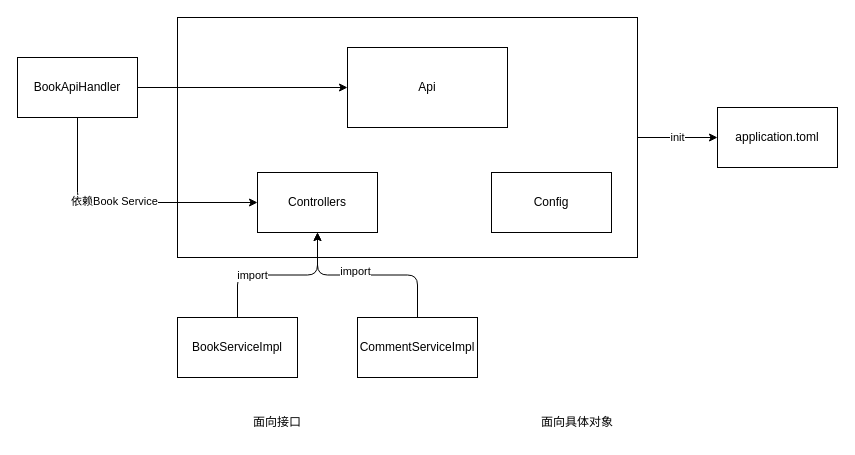
Before: book/v4/apps/book/api/flow.drawio in is-Xiaoen/DevCloud, a draw.io diagram. Source tidied: cells renumbered, new cells numbered last; positions are measured from the earlier drawing's top-left corner, leaving out a move shared by most shapes. Both pictures are drawn from the tidied source at 100%, with x=0, y=0 at pixel (17, 17).
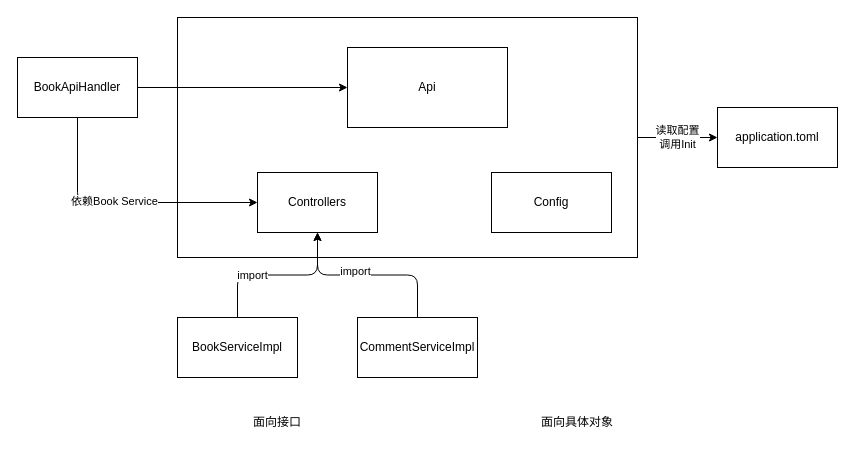
The same diagram, later.

The change refers to these unchanged cells:
```xml
<mxCell id="5" style="rounded=0;whiteSpace=wrap;html=1;" parent="1" vertex="1">
  <mxGeometry x="160" width="460" height="240" as="geometry" />
</mxCell>
<mxCell id="11" value="application.toml" style="rounded=0;whiteSpace=wrap;html=1;" parent="1" vertex="1">
  <mxGeometry x="700" y="90" width="120" height="60" as="geometry" />
</mxCell>
```

The edit, as a diff of the source:
```diff
@@
-    <mxCell id="4" value="init" style="edgeStyle=orthogonalEdgeStyle;html=1;exitX=1;exitY=0.5;exitDx=0;exitDy=0;entryX=0;entryY=0.5;entryDx=0;entryDy=0;" parent="1" edge="1" source="5" target="11">
+    <mxCell id="4" value="读取配置&lt;div&gt;调用Init&lt;/div&gt;" style="edgeStyle=orthogonalEdgeStyle;html=1;exitX=1;exitY=0.5;exitDx=0;exitDy=0;entryX=0;entryY=0.5;entryDx=0;entryDy=0;" parent="1" edge="1" source="5" target="11">
       <mxGeometry relative="1" as="geometry" />
     </mxCell>
```
